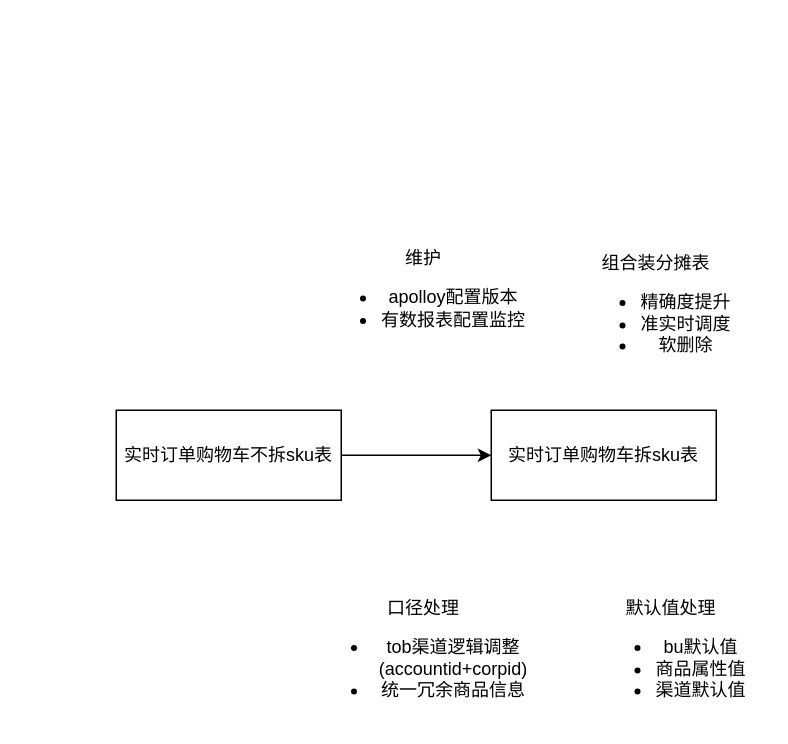
This is 实时底表改造方案.drawio from mineminemine123/work-wiki, a draw.io file, before an edit. Source tidied: cells renumbered, new cells numbered last; positions are measured from the earlier drawing's top-left corner, leaving out a move shared by most shapes. Both pictures are drawn from the tidied source at 150%, with x=0, y=0 at pixel (116, 244).
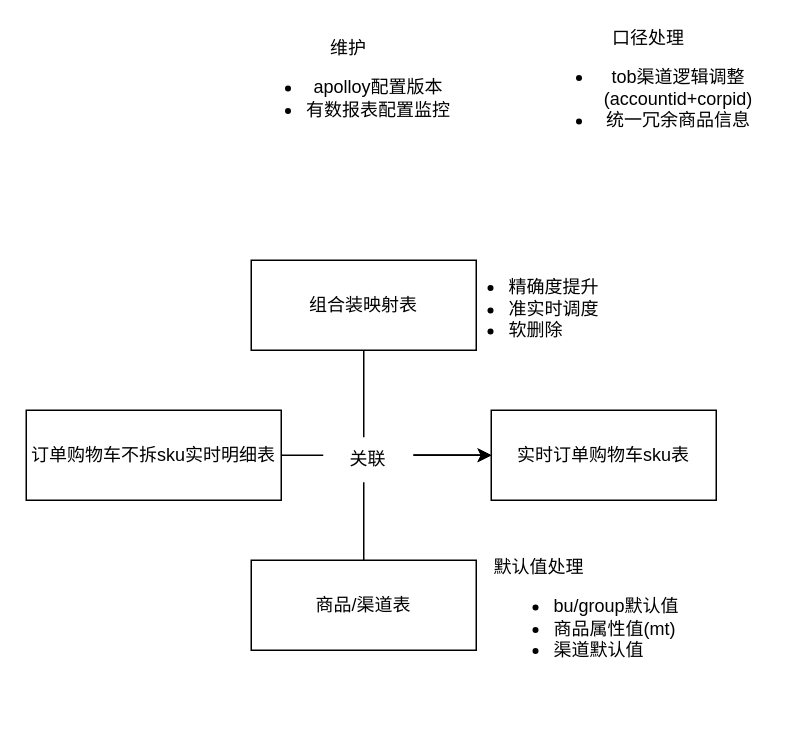
After the change.

Commit message (it also covers changes not shown here):
更新实时底表改造方案.drawio

What changed in the source:
```diff
@@
 <mxGraphModel>
   <root>
     <mxCell id="0" />
     <mxCell id="1" parent="0" />
+    <mxCell id="9" style="edgeStyle=orthogonalEdgeStyle;rounded=0;jettySize=auto;html=1;exitX=0.5;exitY=0;exitDx=0;exitDy=0;entryX=0;entryY=0.5;entryDx=0;entryDy=0;fontFamily=微软雅黑;" parent="1" edge="1" source="13" target="8">
+      <mxGeometry relative="1" as="geometry" />
+    </mxCell>
-    <mxCell id="2" style="edgeStyle=orthogonalEdgeStyle;rounded=0;jettySize=auto;html=1;exitX=1;exitY=0.5;exitDx=0;exitDy=0;entryX=0;entryY=0.5;entryDx=0;entryDy=0;" parent="1" edge="1" source="3" target="8">
+    <mxCell id="2" style="edgeStyle=orthogonalEdgeStyle;rounded=0;jettySize=auto;html=1;exitX=1;exitY=0.5;exitDx=0;exitDy=0;entryX=0;entryY=0.5;entryDx=0;entryDy=0;fontFamily=微软雅黑;" parent="1" edge="1" source="3" target="8">
       <mxGeometry relative="1" as="geometry" />
     </mxCell>
-    <mxCell id="3" value="实时订单购物车不拆sku表" style="rounded=0;whiteSpace=wrap;html=1;" parent="1" vertex="1">
-      <mxGeometry y="110" width="150" height="60" as="geometry" />
+    <mxCell id="3" value="订单购物车不拆sku实时明细表" style="rounded=0;whiteSpace=wrap;html=1;fontFamily=微软雅黑;" parent="1" vertex="1">
+      <mxGeometry x="-60" y="110" width="170" height="60" as="geometry" />
     </mxCell>
-    <mxCell id="4" value="默认值处理&lt;br&gt;&lt;ul&gt;&lt;li&gt;bu默认值&lt;/li&gt;&lt;li&gt;商品属性值&lt;/li&gt;&lt;li&gt;渠道默认值&lt;/li&gt;&lt;/ul&gt;" style="text;html=1;strokeColor=none;fillColor=none;align=center;verticalAlign=middle;whiteSpace=wrap;rounded=0;" parent="1" vertex="1">
-      <mxGeometry x="310" y="260" width="120" height="30" as="geometry" />
+    <mxCell id="4" value="默认值处理&lt;br&gt;&lt;ul&gt;&lt;li&gt;bu/group默认值&lt;/li&gt;&lt;li&gt;商品属性值(mt)&lt;/li&gt;&lt;li&gt;渠道默认值&lt;/li&gt;&lt;/ul&gt;" style="text;html=1;strokeColor=none;fillColor=none;align=left;verticalAlign=middle;whiteSpace=wrap;rounded=0;fontFamily=微软雅黑;" parent="1" vertex="1">
+      <mxGeometry x="250" y="233" width="140" height="30" as="geometry" />
     </mxCell>
-    <mxCell id="5" value="组合装分摊表&lt;br&gt;&lt;ul&gt;&lt;li&gt;精确度提升&lt;/li&gt;&lt;li&gt;准实时调度&lt;/li&gt;&lt;li&gt;软删除&lt;/li&gt;&lt;/ul&gt;" style="text;html=1;strokeColor=none;fillColor=none;align=center;verticalAlign=middle;whiteSpace=wrap;rounded=0;" parent="1" vertex="1">
-      <mxGeometry x="290" width="140" height="90" as="geometry" />
+    <mxCell id="5" value="&lt;br&gt;&lt;ul&gt;&lt;li&gt;精确度提升&lt;/li&gt;&lt;li&gt;准实时调度&lt;/li&gt;&lt;li&gt;软删除&lt;/li&gt;&lt;/ul&gt;" style="text;html=1;strokeColor=none;fillColor=none;align=left;verticalAlign=middle;whiteSpace=wrap;rounded=0;fontFamily=微软雅黑;" parent="1" vertex="1">
+      <mxGeometry x="220" y="10" width="140" height="50" as="geometry" />
     </mxCell>
-    <mxCell id="6" value="口径处理&lt;br&gt;&lt;ul&gt;&lt;li&gt;tob渠道逻辑调整(accountid+corpid)&lt;div data-okr=&quot;%7B%22okrDelta%22%3A%5B%7B%22lineType%22%3A%22text%22%2C%22lineOptions%22%3A%7B%7D%2C%22lineContent%22%3A%5B%7B%22opType%22%3A%22text%22%2C%22options%22%3A%7B%22text%22%3A%22accountid_corpid%22%7D%7D%5D%7D%5D%2C%22businessKey%22%3A%22lark-doc%22%7D&quot; class=&quot;okr-block-clipboard lark-doc&quot;&gt;&lt;/div&gt;&lt;/li&gt;&lt;li&gt;统一冗余商品信息&lt;/li&gt;&lt;/ul&gt;" style="text;html=1;strokeColor=none;fillColor=none;align=center;verticalAlign=middle;whiteSpace=wrap;rounded=0;" parent="1" vertex="1">
-      <mxGeometry x="130" y="260" width="150" height="30" as="geometry" />
+    <mxCell id="6" value="口径处理&lt;br&gt;&lt;ul&gt;&lt;li&gt;tob渠道逻辑调整(accountid+corpid)&lt;div data-okr=&quot;%7B%22okrDelta%22%3A%5B%7B%22lineType%22%3A%22text%22%2C%22lineOptions%22%3A%7B%7D%2C%22lineContent%22%3A%5B%7B%22opType%22%3A%22text%22%2C%22options%22%3A%7B%22text%22%3A%22accountid_corpid%22%7D%7D%5D%7D%5D%2C%22businessKey%22%3A%22lark-doc%22%7D&quot; class=&quot;okr-block-clipboard lark-doc&quot;&gt;&lt;/div&gt;&lt;/li&gt;&lt;li&gt;统一冗余商品信息&lt;/li&gt;&lt;/ul&gt;" style="text;html=1;strokeColor=none;fillColor=none;align=center;verticalAlign=middle;whiteSpace=wrap;rounded=0;fontFamily=微软雅黑;" parent="1" vertex="1">
+      <mxGeometry x="280" y="-120" width="150" height="30" as="geometry" />
     </mxCell>
-    <mxCell id="7" value="维护&lt;br&gt;&lt;ul&gt;&lt;li&gt;apolloy配置版本&lt;/li&gt;&lt;li&gt;有数报表配置监控&lt;/li&gt;&lt;/ul&gt;" style="text;html=1;strokeColor=none;fillColor=none;align=center;verticalAlign=middle;whiteSpace=wrap;rounded=0;" parent="1" vertex="1">
-      <mxGeometry x="130" y="20" width="150" height="30" as="geometry" />
+    <mxCell id="7" value="维护&lt;br&gt;&lt;ul&gt;&lt;li&gt;apolloy配置版本&lt;/li&gt;&lt;li&gt;有数报表配置监控&lt;/li&gt;&lt;/ul&gt;" style="text;html=1;strokeColor=none;fillColor=none;align=center;verticalAlign=middle;whiteSpace=wrap;rounded=0;fontFamily=微软雅黑;" parent="1" vertex="1">
+      <mxGeometry x="80" y="-120" width="150" height="30" as="geometry" />
     </mxCell>
-    <mxCell id="8" value="实时订单购物车拆sku表" style="rounded=0;whiteSpace=wrap;html=1;" parent="1" vertex="1">
+    <mxCell id="8" value="实时订单购物车sku表" style="rounded=0;whiteSpace=wrap;html=1;fontFamily=微软雅黑;" parent="1" vertex="1">
       <mxGeometry x="250" y="110" width="150" height="60" as="geometry" />
     </mxCell>
+    <mxCell id="10" style="edgeStyle=orthogonalEdgeStyle;rounded=0;jettySize=auto;html=1;exitX=0.5;exitY=1;exitDx=0;exitDy=0;entryX=0;entryY=0.5;entryDx=0;entryDy=0;fontFamily=微软雅黑;" parent="1" edge="1" source="11" target="8">
+      <mxGeometry relative="1" as="geometry" />
+    </mxCell>
+    <mxCell id="11" value="组合装映射表" style="rounded=0;whiteSpace=wrap;html=1;fontFamily=微软雅黑;" parent="1" vertex="1">
+      <mxGeometry x="90" y="10" width="150" height="60" as="geometry" />
+    </mxCell>
+    <mxCell id="12" value="关联" style="text;html=1;strokeColor=none;fillColor=default;align=center;verticalAlign=middle;whiteSpace=wrap;rounded=0;fontFamily=微软雅黑;" parent="1" vertex="1">
+      <mxGeometry x="138" y="128" width="60" height="30" as="geometry" />
+    </mxCell>
+    <mxCell id="13" value="商品/渠道表" style="rounded=0;whiteSpace=wrap;html=1;fontFamily=微软雅黑;" parent="1" vertex="1">
+      <mxGeometry x="90" y="210" width="150" height="60" as="geometry" />
+    </mxCell>
   </root>
 </mxGraphModel>
```
